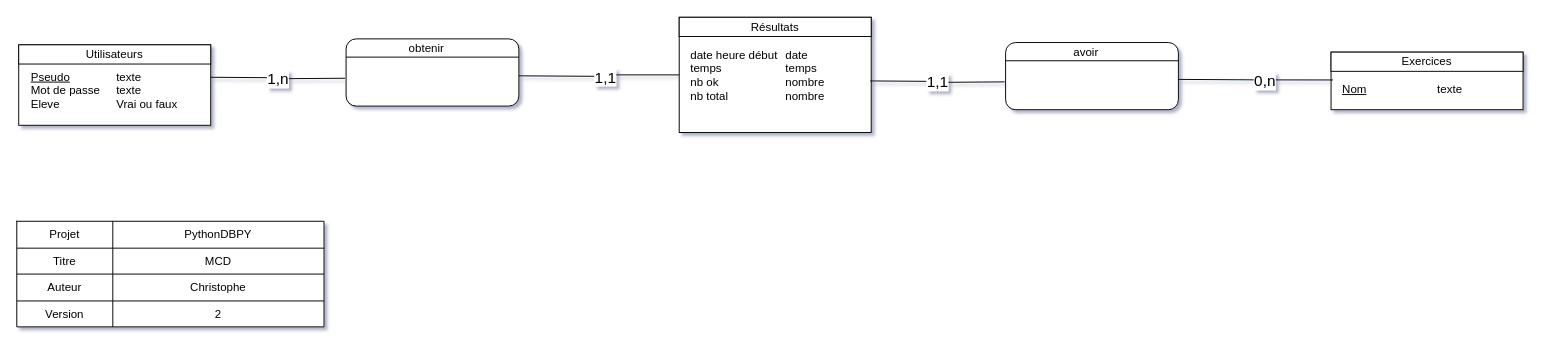
Above: MCD.drawio in Christophe-Fonseca-Diogo/ProjetDBPY (draw.io), before the change. Source tidied: cells renumbered, new cells numbered last; positions are measured from the earlier drawing's top-left corner, leaving out a move shared by most shapes. Both pictures are drawn from the tidied source at 96%, with x=0, y=0 at pixel (16, 17).
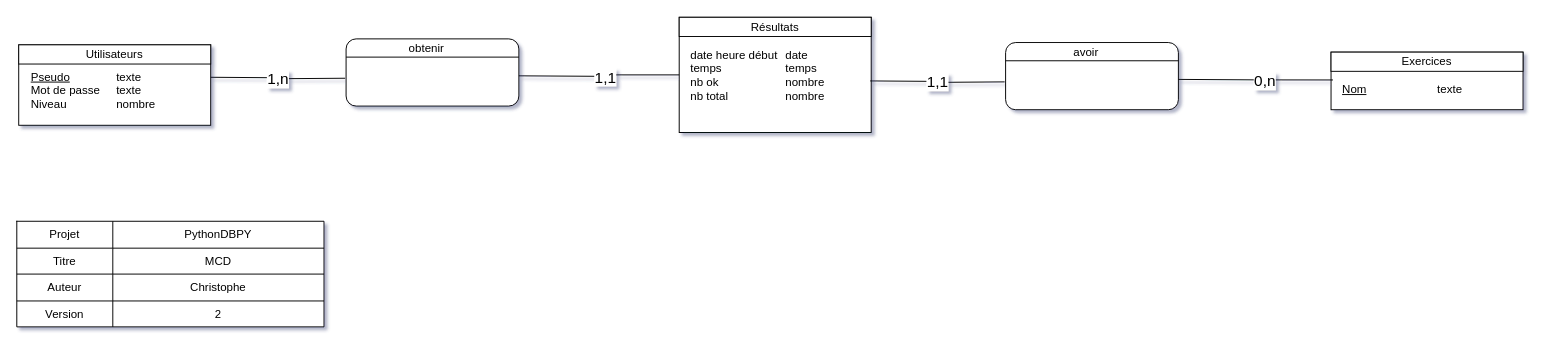
After the change.

Diff of the diagram source:
```diff
@@
-    <mxCell id="6" value="&lt;u&gt;Pseudo&lt;/u&gt;&lt;br&gt;Mot de passe&lt;br&gt;Eleve" style="text;html=1;strokeColor=none;fillColor=none;align=left;verticalAlign=top;whiteSpace=wrap;rounded=0;" parent="1" vertex="1">
+    <mxCell id="6" value="&lt;u&gt;Pseudo&lt;/u&gt;&lt;br&gt;Mot de passe&lt;br&gt;Niveau" style="text;html=1;strokeColor=none;fillColor=none;align=left;verticalAlign=top;whiteSpace=wrap;rounded=0;" parent="1" vertex="1">
       <mxGeometry x="13" y="48.2" width="99" height="23.8" as="geometry" />
     </mxCell>
-    <mxCell id="7" value="texte&lt;br&gt;texte&lt;br&gt;Vrai ou faux" style="text;html=1;strokeColor=none;fillColor=none;align=left;verticalAlign=top;whiteSpace=wrap;rounded=0;" parent="1" vertex="1">
+    <mxCell id="7" value="texte&lt;br&gt;texte&lt;br&gt;nombre" style="text;html=1;strokeColor=none;fillColor=none;align=left;verticalAlign=top;whiteSpace=wrap;rounded=0;" parent="1" vertex="1">
       <mxGeometry x="102" y="48.2" width="100" height="23.8" as="geometry" />
     </mxCell>
```
